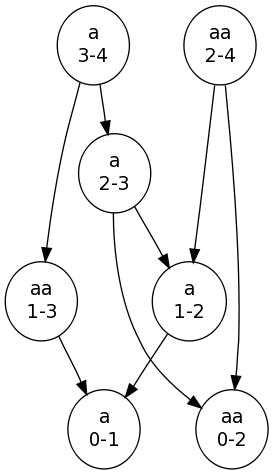
cwi-swat/sbfgtd keeps this Graphviz diagram as SGLL/doc/a_aa-forest.png. Above is the earlier version. Its source is kept beside it as SGLL/doc/a_aa-forest.dot. Source of this version:
```dot
digraph graphname{
  "a\n3-4" -> "a\n2-3"
  "a\n2-3" -> "a\n1-2"
  "a\n1-2" -> "a\n0-1"
  "aa\n2-4" -> "aa\n0-2"
  "aa\n2-4" -> "a\n1-2"
  "a\n3-4" -> "aa\n1-3"
  "aa\n1-3" -> "a\n0-1"
  "a\n2-3" -> "aa\n0-2"

  {rank=same "a\n3-4" "aa\n2-4"}
  {rank=same "a\n0-1" "aa\n0-2"}
}
```
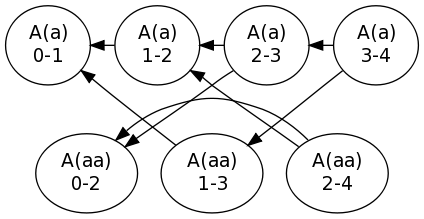
Above is the later version.

What changed in the source:
```diff
@@ -1,13 +1,13 @@
 digraph graphname{
-  "a\n3-4" -> "a\n2-3"
-  "a\n2-3" -> "a\n1-2"
-  "a\n1-2" -> "a\n0-1"
-  "aa\n2-4" -> "aa\n0-2"
-  "aa\n2-4" -> "a\n1-2"
-  "a\n3-4" -> "aa\n1-3"
-  "aa\n1-3" -> "a\n0-1"
-  "a\n2-3" -> "aa\n0-2"
+  "A(a)\n2-3" -> "A(a)\n3-4" [arrowhead="none",arrowtail="normal"]
+  "A(a)\n1-2" -> "A(a)\n2-3" [arrowhead="none",arrowtail="normal"]
+  "A(a)\n0-1" -> "A(a)\n1-2" [arrowhead="none",arrowtail="normal"]
+  "A(aa)\n0-2" -> "A(aa)\n2-4" [arrowhead="none",arrowtail="normal"]
+  "A(a)\n1-2" -> "A(aa)\n2-4" [arrowhead="none",arrowtail="normal"]
+  "A(aa)\n1-3" -> "A(a)\n3-4" [arrowhead="none",arrowtail="normal"]
+  "A(a)\n0-1" -> "A(aa)\n1-3" [arrowhead="none",arrowtail="normal"]
+  "A(aa)\n0-2" -> "A(a)\n2-3" [arrowhead="none",arrowtail="normal"]
 
-  {rank=same "a\n3-4" "aa\n2-4"}
-  {rank=same "a\n0-1" "aa\n0-2"}
+  {rank=same "A(a)\n0-1" "A(a)\n1-2" "A(a)\n2-3" "A(a)\n3-4"}
+  {rank=same "A(aa)\n0-2" "A(aa)\n1-3" "A(aa)\n2-4"}
 }
```
